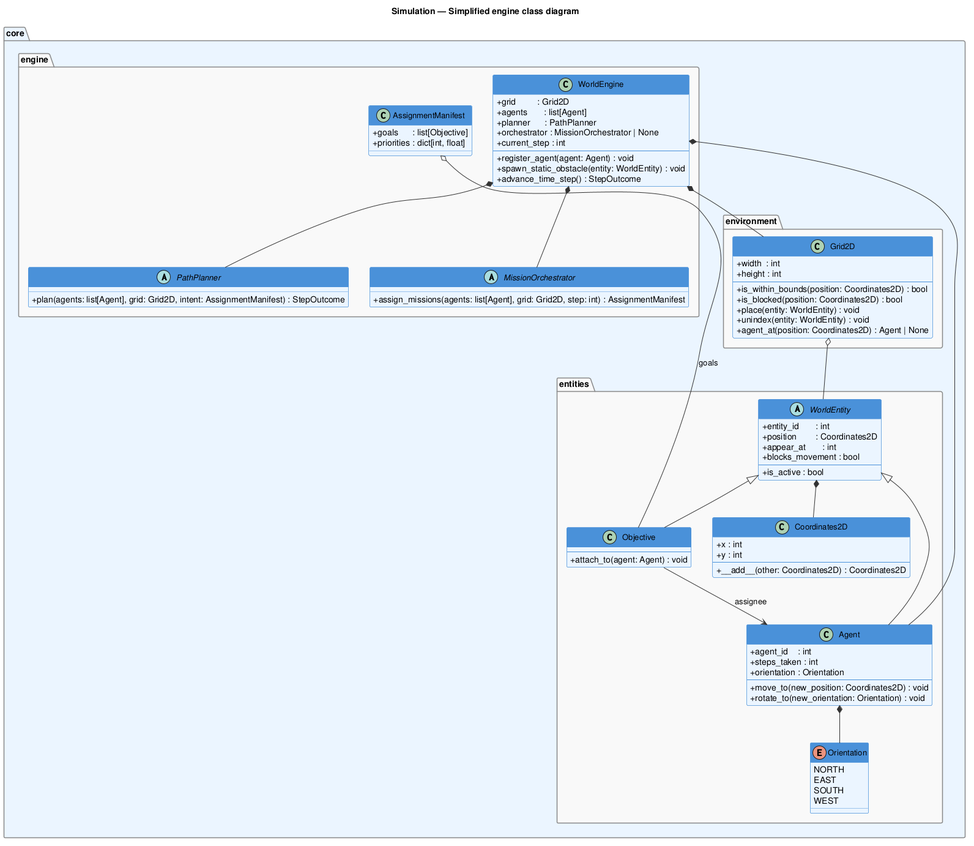
This is diagrammes/Class_Diagram/class_diag_simplified.png from RasdaCorentin/MAPF_Simulation, a PlantUML export, as it was before one commit.
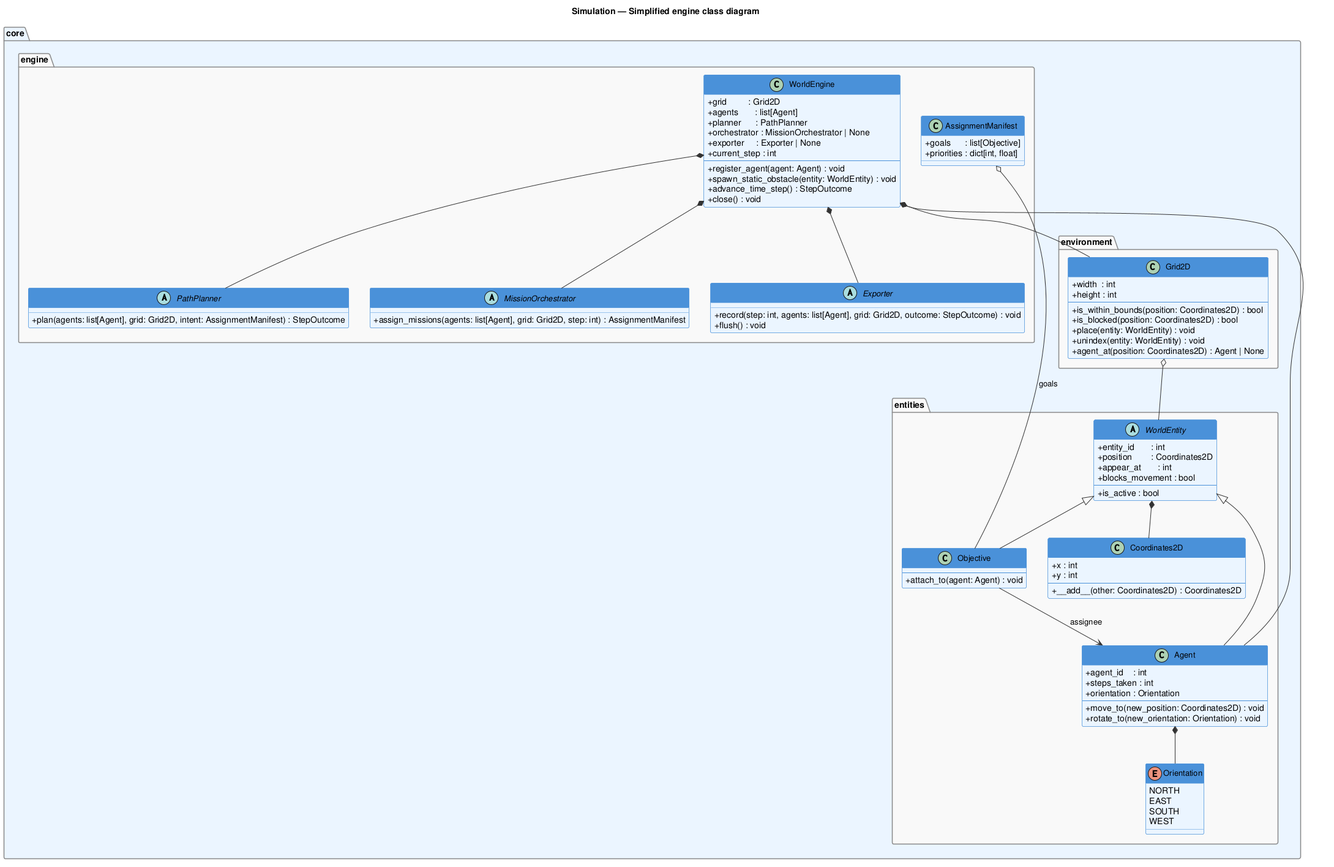
After the commit.

Commit message:
docs(diagrams): add Exporter seam to core and Export/ for PlanVizExporter

The edit, as a diff of the source:
```diff
@@ -78,11 +78,13 @@
             + agents       : list[Agent]
             + planner      : PathPlanner
             + orchestrator : MissionOrchestrator | None
+            + exporter     : Exporter | None
             + current_step : int
             --
             + register_agent(agent: Agent) : void
             + spawn_static_obstacle(entity: WorldEntity) : void
             + advance_time_step() : StepOutcome
+            + close() : void
         }
 
         abstract class PathPlanner {
@@ -91,6 +93,11 @@
 
         abstract class MissionOrchestrator {
             + assign_missions(agents: list[Agent], grid: Grid2D, step: int) : AssignmentManifest
+        }
+
+        abstract class Exporter {
+            + record(step: int, agents: list[Agent], grid: Grid2D, outcome: StepOutcome) : void
+            + flush() : void
         }
     }
 }
@@ -107,5 +114,6 @@
 WorldEngine *-- Agent
 WorldEngine *-- PathPlanner
 WorldEngine *-- MissionOrchestrator
+WorldEngine *-- Exporter
 
 @enduml
```
